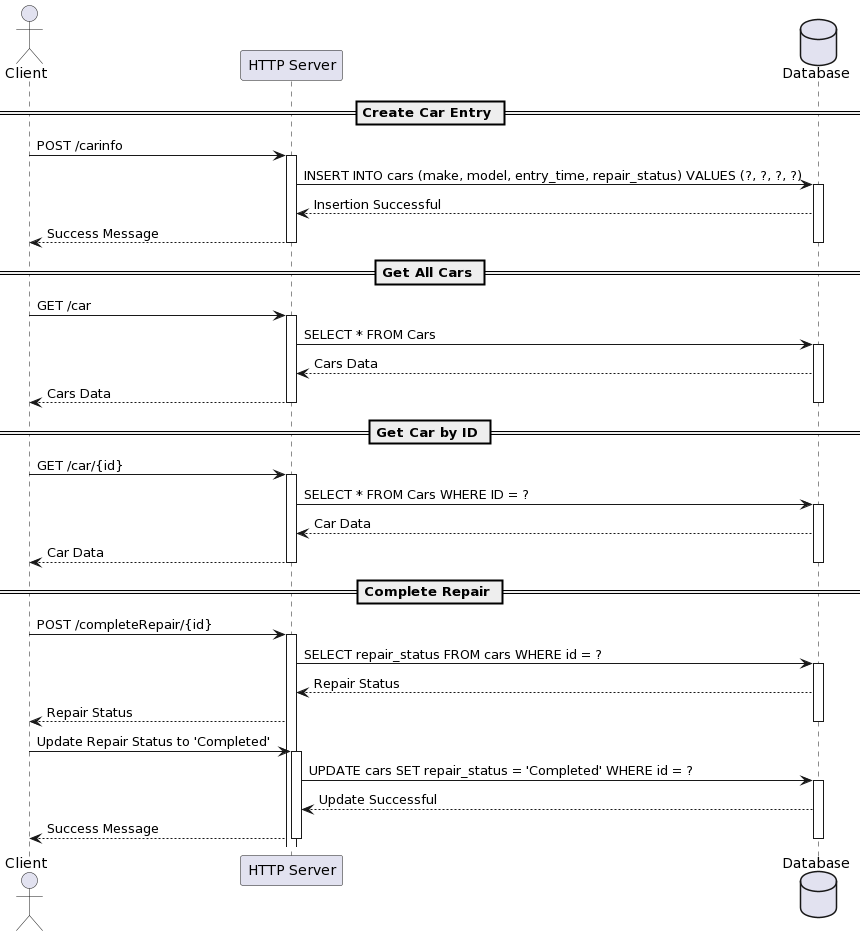
This is images/SQD.png from udittripathi/GoFr_Assignment, a PlantUML export, as it was before one commit. Source of this version:
```plantuml
@startuml
actor Client
participant "HTTP Server" as Server
database Database

== Create Car Entry ==
Client -> Server: POST /carinfo
activate Server
Server -> Database: INSERT INTO cars (make, model, entry_time, repair_status) VALUES (?, ?, ?, ?)
activate Database
Database --> Server: Insertion Successful
Server --> Client: Success Message
deactivate Database
deactivate Server

== Get All Cars ==
Client -> Server: GET /car
activate Server
Server -> Database: SELECT * FROM Cars
activate Database
Database --> Server: Cars Data
Server --> Client: Cars Data
deactivate Database
deactivate Server

== Get Car by ID ==
Client -> Server: GET /car/{id}
activate Server
Server -> Database: SELECT * FROM Cars WHERE ID = ?
activate Database
Database --> Server: Car Data
Server --> Client: Car Data
deactivate Database
deactivate Server

== Complete Repair ==
Client -> Server: POST /completeRepair/{id}
activate Server
Server -> Database: SELECT repair_status FROM cars WHERE id = ?
activate Database
Database --> Server: Repair Status
Server --> Client: Repair Status
deactivate Database

Client -> Server: Update Repair Status to 'Completed'
activate Server
Server -> Database: UPDATE cars SET repair_status = 'Completed' WHERE id = ?
activate Database
Database --> Server: Update Successful
Server --> Client: Success Message
deactivate Database
deactivate Server
@enduml
```
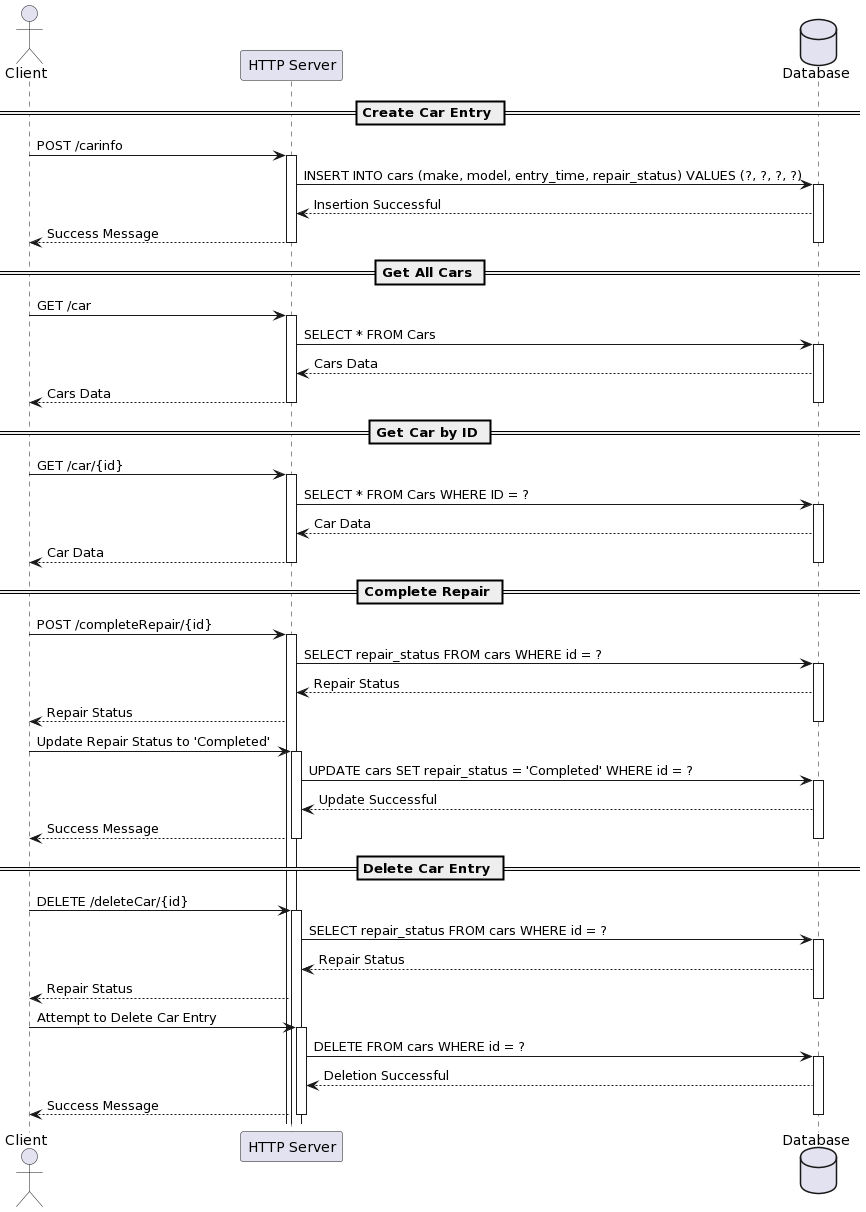
After the commit.

What changed in the source:
```diff
@@ -50,4 +50,22 @@
 Server --> Client: Success Message
 deactivate Database
 deactivate Server
+
+== Delete Car Entry ==
+Client -> Server: DELETE /deleteCar/{id}
+activate Server
+Server -> Database: SELECT repair_status FROM cars WHERE id = ?
+activate Database
+Database --> Server: Repair Status
+Server --> Client: Repair Status
+deactivate Database
+
+Client -> Server: Attempt to Delete Car Entry
+activate Server
+Server -> Database: DELETE FROM cars WHERE id = ?
+activate Database
+Database --> Server: Deletion Successful
+Server --> Client: Success Message
+deactivate Database
+deactivate Server
 @enduml
```
